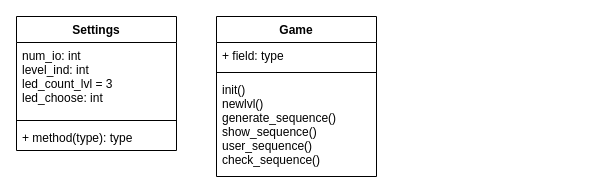
This is Class diagram.drawio from Flaviu123/LED_MindGame, a draw.io file, before an edit. Source tidied: cells renumbered, new cells numbered last; positions are measured from the earlier drawing's top-left corner, leaving out a move shared by most shapes. Both pictures are drawn from the tidied source at 100%, with x=0, y=0 at pixel (16, 16).
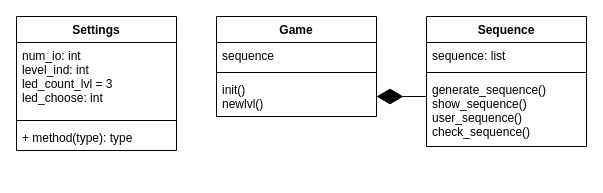
Above is the later version.

Commit message:
Added class Sequence in class diagram

Diff of the diagram source:
```diff
@@
 <mxGraphModel>
   <root>
     <mxCell id="0" />
     <mxCell id="1" parent="0" />
     <mxCell id="2" value="Settings" style="swimlane;fontStyle=1;align=center;verticalAlign=top;horizontal=1;startSize=26;" parent="1" vertex="1">
       <mxGeometry width="160" height="134" as="geometry" />
     </mxCell>
     <mxCell id="3" value="num_io: int&#10;level_ind: int&#10;led_count_lvl = 3&#10;led_choose: int&#10;" style="text;strokeColor=none;fillColor=none;align=left;verticalAlign=top;spacingLeft=4;spacingRight=4;overflow=hidden;" parent="2" vertex="1">
       <mxGeometry y="26" width="160" height="74" as="geometry" />
     </mxCell>
     <mxCell id="4" style="line;strokeWidth=1;fillColor=none;align=left;verticalAlign=middle;spacingTop=-1;spacingLeft=3;spacingRight=3;labelPosition=right;" parent="2" vertex="1">
       <mxGeometry y="100" width="160" height="8" as="geometry" />
     </mxCell>
     <mxCell id="5" value="+ method(type): type" style="text;strokeColor=none;fillColor=none;align=left;verticalAlign=top;spacingLeft=4;spacingRight=4;overflow=hidden;" parent="2" vertex="1">
       <mxGeometry y="108" width="160" height="26" as="geometry" />
     </mxCell>
     <mxCell id="6" value="Game" style="swimlane;fontStyle=1;align=center;verticalAlign=top;horizontal=1;startSize=26;" parent="1" vertex="1">
-      <mxGeometry x="200" width="160" height="160" as="geometry" />
+      <mxGeometry x="200" width="160" height="100" as="geometry" />
     </mxCell>
-    <mxCell id="7" value="+ field: type" style="text;strokeColor=none;fillColor=none;align=left;verticalAlign=top;spacingLeft=4;spacingRight=4;overflow=hidden;" parent="6" vertex="1">
+    <mxCell id="7" value="sequence" style="text;strokeColor=none;fillColor=none;align=left;verticalAlign=top;spacingLeft=4;spacingRight=4;overflow=hidden;" parent="6" vertex="1">
       <mxGeometry y="26" width="160" height="26" as="geometry" />
     </mxCell>
     <mxCell id="8" style="line;strokeWidth=1;fillColor=none;align=left;verticalAlign=middle;spacingTop=-1;spacingLeft=3;spacingRight=3;labelPosition=right;" parent="6" vertex="1">
       <mxGeometry y="52" width="160" height="8" as="geometry" />
     </mxCell>
-    <mxCell id="9" value="init()&#10;newlvl()&#10;generate_sequence()&#10;show_sequence()&#10;user_sequence()&#10;check_sequence()" style="text;strokeColor=none;fillColor=none;align=left;verticalAlign=top;spacingLeft=4;spacingRight=4;overflow=hidden;points=[[0,0.5],[1,0.5]];portConstraint=eastwest;" parent="6" vertex="1">
-      <mxGeometry y="60" width="160" height="100" as="geometry" />
+    <mxCell id="9" value="init()&#10;newlvl()&#10;" style="text;strokeColor=none;fillColor=none;align=left;verticalAlign=top;spacingLeft=4;spacingRight=4;overflow=hidden;points=[[0,0.5],[1,0.5]];portConstraint=eastwest;" parent="6" vertex="1">
+      <mxGeometry y="60" width="160" height="40" as="geometry" />
     </mxCell>
+    <mxCell id="10" value="Sequence" style="swimlane;fontStyle=1;align=center;verticalAlign=top;horizontal=1;startSize=26;" parent="1" vertex="1">
+      <mxGeometry x="410" width="160" height="130" as="geometry" />
+    </mxCell>
+    <mxCell id="11" value="sequence: list" style="text;strokeColor=none;fillColor=none;align=left;verticalAlign=top;spacingLeft=4;spacingRight=4;overflow=hidden;" parent="10" vertex="1">
+      <mxGeometry y="26" width="160" height="26" as="geometry" />
+    </mxCell>
+    <mxCell id="12" style="line;strokeWidth=1;fillColor=none;align=left;verticalAlign=middle;spacingTop=-1;spacingLeft=3;spacingRight=3;labelPosition=right;" parent="10" vertex="1">
+      <mxGeometry y="52" width="160" height="8" as="geometry" />
+    </mxCell>
+    <mxCell id="13" value="generate_sequence()&#10;show_sequence()&#10;user_sequence()&#10;check_sequence()" style="text;strokeColor=none;fillColor=none;align=left;verticalAlign=top;spacingLeft=4;spacingRight=4;overflow=hidden;" parent="10" vertex="1">
+      <mxGeometry y="60" width="160" height="70" as="geometry" />
+    </mxCell>
+    <mxCell id="14" style="endArrow=diamondThin;endFill=1;endSize=24;html=1;rounded=0;entryX=1;entryY=0.5;entryDx=0;entryDy=0;" parent="1" edge="1" target="9">
+      <mxGeometry relative="1" as="geometry">
+        <mxPoint x="410" y="80" as="sourcePoint" />
+      </mxGeometry>
+    </mxCell>
   </root>
 </mxGraphModel>
```
